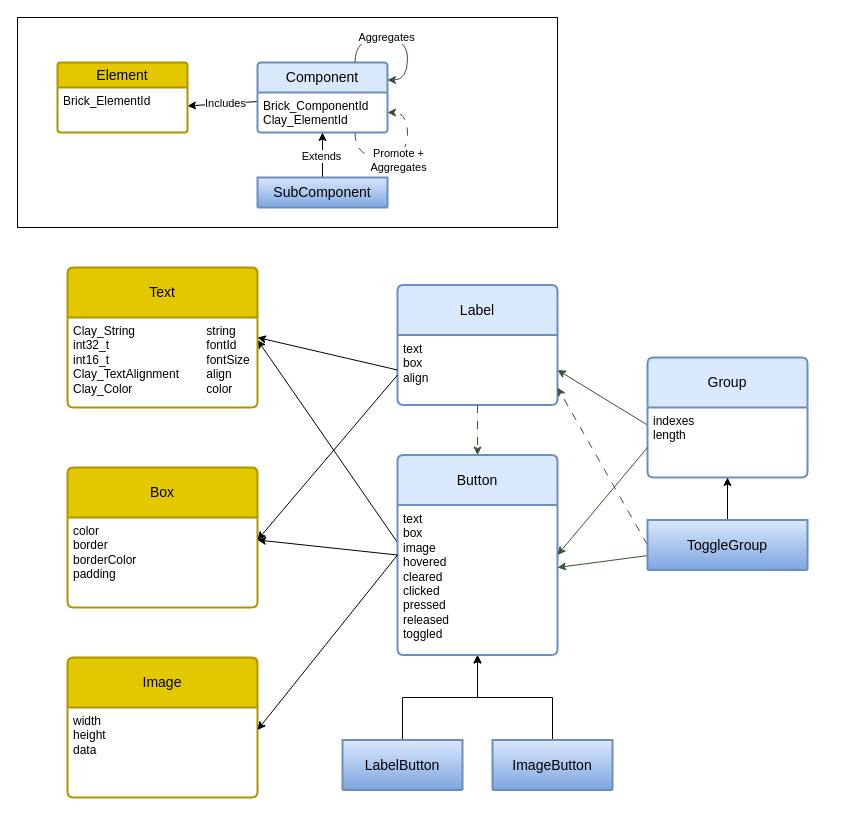
Before: docs/brick_component_diagram.drawio in proc0/brick, a draw.io diagram. Source tidied: cells renumbered, new cells numbered last; positions are measured from the earlier drawing's top-left corner, leaving out a move shared by most shapes. Both pictures are drawn from the tidied source at 100%, with x=0, y=0 at pixel (17, 17).
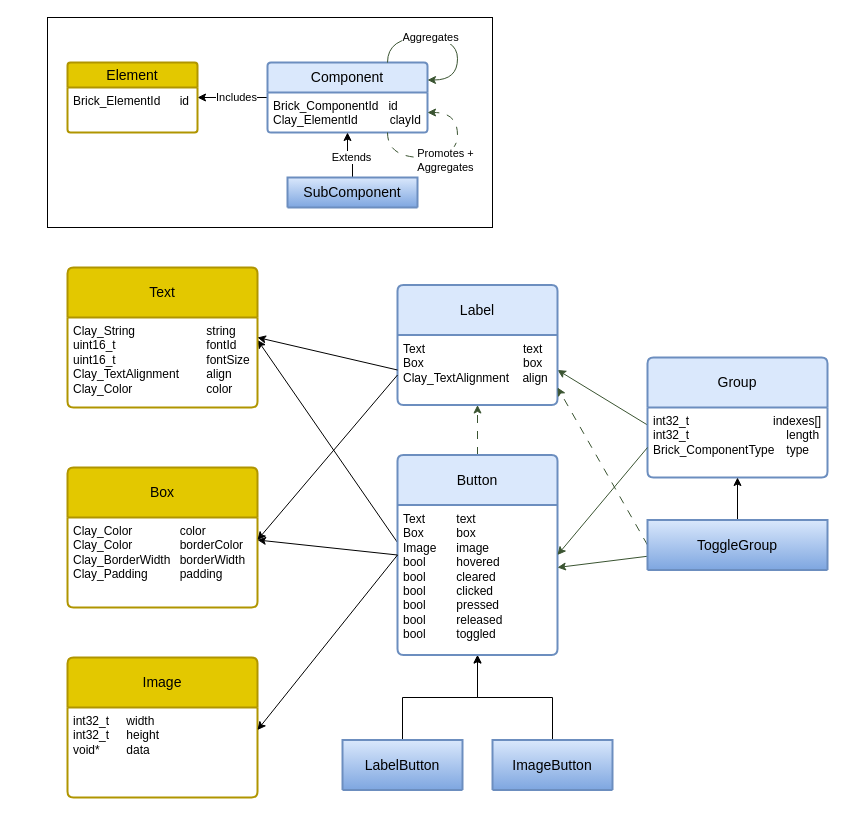
Above is the later version.

Commit message (it also covers changes not shown here):
adding Label Component vertical, type, array type, static global, g_brick_components entry, Create and Layout functions

The change refers to these unchanged cells:
```xml
<mxCell id="13" value="Label" style="swimlane;horizontal=1;startSize=50;rounded=1;fontSize=14;fontStyle=0;strokeWidth=2;shadow=0;dashed=0;align=center;arcSize=4;whiteSpace=wrap;html=1;fillColor=#dae8fc;strokeColor=#6c8ebf;" parent="1" vertex="1">
  <mxGeometry x="380" y="267.5" width="160" height="120" as="geometry" />
</mxCell>
<mxCell id="16" value="Button" style="swimlane;horizontal=1;startSize=50;rounded=1;fontSize=14;fontStyle=0;strokeWidth=2;shadow=0;dashed=0;align=center;arcSize=4;whiteSpace=wrap;html=1;fillColor=#dae8fc;strokeColor=#6c8ebf;" parent="1" vertex="1">
  <mxGeometry x="380" y="437.5" width="160" height="200" as="geometry" />
</mxCell>
<mxCell id="18" value="Text" style="swimlane;horizontal=1;startSize=50;rounded=1;fontSize=14;fontStyle=0;strokeWidth=2;shadow=0;dashed=0;align=center;arcSize=4;whiteSpace=wrap;html=1;fillColor=#e3c800;fontColor=#000000;strokeColor=#B09500;" parent="1" vertex="1">
  <mxGeometry x="50" y="250" width="190" height="140" as="geometry" />
</mxCell>
<mxCell id="20" value="Box" style="swimlane;horizontal=1;startSize=50;rounded=1;fontSize=14;fontStyle=0;strokeWidth=2;shadow=0;dashed=0;align=center;arcSize=4;whiteSpace=wrap;html=1;fillColor=#e3c800;fontColor=#000000;strokeColor=#B09500;" parent="1" vertex="1">
  <mxGeometry x="50" y="450" width="190" height="140" as="geometry" />
</mxCell>
<mxCell id="22" value="Image" style="swimlane;horizontal=1;startSize=50;rounded=1;fontSize=14;fontStyle=0;strokeWidth=2;shadow=0;dashed=0;align=center;arcSize=4;whiteSpace=wrap;html=1;fillColor=#e3c800;fontColor=#000000;strokeColor=#B09500;" parent="1" vertex="1">
  <mxGeometry x="50" y="640" width="190" height="140" as="geometry" />
</mxCell>
```

Change to the diagram source:
```diff
@@
     <mxCell id="2" style="rounded=0;whiteSpace=wrap;html=1;" parent="1" vertex="1">
-      <mxGeometry width="540" height="210" as="geometry" />
+      <mxGeometry x="30" width="445" height="210" as="geometry" />
     </mxCell>
-    <mxCell id="3" style="rounded=0;jettySize=auto;html=1;" parent="1" edge="1" source="5" target="25">
+    <mxCell id="3" style="rounded=0;jettySize=auto;html=1;entryX=1;entryY=0.5;entryDx=0;entryDy=0;" parent="1" edge="1" source="5" target="24">
       <mxGeometry relative="1" as="geometry" />
     </mxCell>
@@
     <mxCell id="5" value="Component" style="swimlane;horizontal=1;startSize=30;rounded=1;fontSize=14;fontStyle=0;strokeWidth=2;shadow=0;dashed=0;align=center;arcSize=4;whiteSpace=wrap;html=1;fillColor=#dae8fc;strokeColor=#6c8ebf;" parent="1" vertex="1">
-      <mxGeometry x="240" y="45" width="130" height="70" as="geometry" />
+      <mxGeometry x="250" y="45" width="160" height="70" as="geometry" />
     </mxCell>
-    <mxCell id="6" value="Brick_ComponentId&lt;div&gt;Clay_ElementId&lt;/div&gt;" style="align=left;strokeColor=none;fillColor=none;spacingLeft=4;spacingRight=4;fontSize=12;verticalAlign=top;html=1;whiteSpace=wrap;" parent="5" vertex="1">
-      <mxGeometry y="30" width="130" height="40" as="geometry" />
+    <mxCell id="6" value="Brick_ComponentId&amp;nbsp; &amp;nbsp;id&lt;div&gt;Clay_ElementId &lt;span style=&quot;white-space: pre;&quot;&gt;&#9;&amp;nbsp;&lt;/span&gt;&amp;nbsp; clayId&lt;/div&gt;" style="align=left;strokeColor=none;fillColor=none;spacingLeft=4;spacingRight=4;fontSize=12;verticalAlign=top;html=1;whiteSpace=wrap;" parent="5" vertex="1">
+      <mxGeometry y="30" width="160" height="40" as="geometry" />
     </mxCell>
     <mxCell id="7" style="edgeStyle=orthogonalEdgeStyle;rounded=0;orthogonalLoop=1;jettySize=auto;html=1;entryX=1;entryY=0.5;entryDx=0;entryDy=0;curved=1;exitX=0.75;exitY=1;exitDx=0;exitDy=0;dashed=1;dashPattern=8 8;fillColor=#6d8764;strokeColor=#3A5431;innerLoopWaypoints=1;" parent="5" edge="1" source="6" target="6">
       <mxGeometry relative="1" as="geometry">
         <Array as="points">
-          <mxPoint x="97.5" y="95" />
-          <mxPoint x="150" y="95" />
-          <mxPoint x="150" y="50" />
+          <mxPoint x="120" y="95" />
+          <mxPoint x="190" y="95" />
+          <mxPoint x="190" y="50" />
         </Array>
       </mxGeometry>
     </mxCell>
-    <mxCell id="8" value="&lt;span style=&quot;color: light-dark(rgb(0, 0, 0), rgb(157, 179, 149));&quot;&gt;Promote +&lt;br&gt;Aggregates&lt;/span&gt;" style="edgeLabel;html=1;align=center;verticalAlign=middle;" parent="7" vertex="1">
+    <mxCell id="8" value="&lt;span style=&quot;color: light-dark(rgb(0, 0, 0), rgb(157, 179, 149));&quot;&gt;Promotes +&lt;br&gt;Aggregates&lt;/span&gt;" style="edgeLabel;html=1;align=center;verticalAlign=middle;" parent="7" vertex="1">
       <mxGeometry x="-0.04" y="-2" relative="1" as="geometry" />
     </mxCell>
@@
     <mxCell id="10" value="Group" style="swimlane;horizontal=1;startSize=50;rounded=1;fontSize=14;fontStyle=0;strokeWidth=2;shadow=0;dashed=0;align=center;arcSize=4;whiteSpace=wrap;html=1;fillColor=#dae8fc;strokeColor=#6c8ebf;" parent="1" vertex="1">
-      <mxGeometry x="630" y="340" width="160" height="120" as="geometry" />
+      <mxGeometry x="630" y="340" width="180" height="120" as="geometry" />
     </mxCell>
-    <mxCell id="11" value="indexes&lt;div&gt;length&lt;/div&gt;" style="align=left;strokeColor=none;fillColor=none;spacingLeft=4;spacingRight=4;fontSize=12;verticalAlign=top;html=1;whiteSpace=wrap;" parent="10" vertex="1">
-      <mxGeometry y="50" width="160" height="70" as="geometry" />
+    <mxCell id="11" value="int32_t &lt;span style=&quot;white-space: pre;&quot;&gt;&#9;&lt;span style=&quot;white-space: pre;&quot;&gt;&#9;&lt;/span&gt;&lt;span style=&quot;white-space: pre;&quot;&gt;&#9;&lt;/span&gt; &lt;/span&gt;&amp;nbsp; &amp;nbsp;indexes[]&lt;div&gt;int32_t &lt;span style=&quot;white-space: pre;&quot;&gt;&#9;&lt;span style=&quot;white-space: pre;&quot;&gt;&#9;&lt;/span&gt;&lt;span style=&quot;white-space: pre;&quot;&gt;&#9;&lt;/span&gt;&lt;span style=&quot;white-space: pre;&quot;&gt;&#9;&lt;/span&gt;&lt;/span&gt;length&lt;/div&gt;&lt;div&gt;Brick_ComponentType &lt;span style=&quot;white-space: pre;&quot;&gt;&#9;&lt;/span&gt;type&lt;/div&gt;" style="align=left;strokeColor=none;fillColor=none;spacingLeft=4;spacingRight=4;fontSize=12;verticalAlign=top;html=1;whiteSpace=wrap;" parent="10" vertex="1">
+      <mxGeometry y="50" width="180" height="70" as="geometry" />
     </mxCell>
-    <mxCell id="12" style="rounded=0;jettySize=auto;html=1;dashed=1;dashPattern=8 8;fillColor=#6d8764;strokeColor=#3A5431;" parent="1" edge="1" source="13" target="17">
-      <mxGeometry relative="1" as="geometry" />
-    </mxCell>
@@
-    <mxCell id="14" value="text&lt;br&gt;box&lt;br&gt;align" style="align=left;strokeColor=none;fillColor=none;spacingLeft=4;spacingRight=4;fontSize=12;verticalAlign=top;html=1;whiteSpace=wrap;" parent="13" vertex="1">
+    <mxCell id="14" value="Text &lt;span style=&quot;white-space: pre;&quot;&gt;&#9;&lt;/span&gt;&lt;span style=&quot;white-space: pre;&quot;&gt;&#9;&lt;/span&gt;&lt;span style=&quot;white-space: pre;&quot;&gt;&#9;&lt;/span&gt;&amp;nbsp; &amp;nbsp; text&lt;br&gt;Box &lt;span style=&quot;white-space: pre;&quot;&gt;&#9;&lt;/span&gt;&lt;span style=&quot;white-space: pre;&quot;&gt;&#9;&lt;/span&gt;&lt;span style=&quot;white-space: pre;&quot;&gt;&#9;&lt;/span&gt;&lt;span style=&quot;white-space: pre;&quot;&gt;&#9;&lt;/span&gt;&amp;nbsp; &amp;nbsp; box&lt;br&gt;Clay_TextAlignment&amp;nbsp; &amp;nbsp; align" style="align=left;strokeColor=none;fillColor=none;spacingLeft=4;spacingRight=4;fontSize=12;verticalAlign=top;html=1;whiteSpace=wrap;" parent="13" vertex="1">
       <mxGeometry y="50" width="160" height="70" as="geometry" />
     </mxCell>
@@
+    <mxCell id="46" style="edgeStyle=orthogonalEdgeStyle;rounded=0;jettySize=auto;html=1;fillColor=#6d8764;strokeColor=#3A5431;dashed=1;dashPattern=8 8;" parent="1" edge="1" source="16" target="14">
+      <mxGeometry relative="1" as="geometry" />
+    </mxCell>
@@
-    <mxCell id="17" value="&lt;div&gt;&lt;span style=&quot;background-color: transparent; color: light-dark(rgb(0, 0, 0), rgb(255, 255, 255));&quot;&gt;text&lt;br&gt;box&lt;br&gt;image&lt;br&gt;hovered&lt;/span&gt;&lt;/div&gt;&lt;div&gt;cleared&lt;/div&gt;&lt;div&gt;clicked&lt;/div&gt;&lt;div&gt;pressed&lt;/div&gt;&lt;div&gt;released&lt;/div&gt;&lt;div&gt;toggled&lt;/div&gt;" style="align=left;strokeColor=none;fillColor=none;spacingLeft=4;spacingRight=4;fontSize=12;verticalAlign=top;html=1;whiteSpace=wrap;" parent="16" vertex="1">
+    <mxCell id="17" value="&lt;div&gt;&lt;span style=&quot;background-color: transparent; color: light-dark(rgb(0, 0, 0), rgb(255, 255, 255));&quot;&gt;Text &lt;span style=&quot;white-space: pre;&quot;&gt;&#9;&lt;/span&gt;text&lt;br&gt;Box&lt;span style=&quot;white-space: pre;&quot;&gt;&#9;&lt;/span&gt;&lt;span style=&quot;white-space: pre;&quot;&gt;&#9;&lt;/span&gt;box&lt;br&gt;Image&lt;span style=&quot;white-space: pre;&quot;&gt;&#9;&lt;/span&gt;image&lt;br&gt;bool &lt;span style=&quot;white-space: pre;&quot;&gt;&#9;&lt;/span&gt;hovered&lt;/span&gt;&lt;/div&gt;&lt;div&gt;bool &lt;span style=&quot;white-space: pre;&quot;&gt;&#9;&lt;/span&gt;cleared&lt;/div&gt;&lt;div&gt;bool &lt;span style=&quot;white-space: pre;&quot;&gt;&#9;&lt;/span&gt;clicked&lt;/div&gt;&lt;div&gt;bool &lt;span style=&quot;white-space: pre;&quot;&gt;&#9;&lt;/span&gt;pressed&lt;/div&gt;&lt;div&gt;bool &lt;span style=&quot;white-space: pre;&quot;&gt;&#9;&lt;/span&gt;released&lt;/div&gt;&lt;div&gt;bool &lt;span style=&quot;white-space: pre;&quot;&gt;&#9;&lt;/span&gt;toggled&lt;/div&gt;" style="align=left;strokeColor=none;fillColor=none;spacingLeft=4;spacingRight=4;fontSize=12;verticalAlign=top;html=1;whiteSpace=wrap;" parent="16" vertex="1">
       <mxGeometry y="50" width="160" height="150" as="geometry" />
     </mxCell>
@@
-    <mxCell id="19" value="&lt;div&gt;Clay_String &lt;span style=&quot;white-space: pre;&quot;&gt;&#9;&lt;/span&gt;&lt;span style=&quot;white-space: pre;&quot;&gt;&#9;&lt;span style=&quot;white-space: pre;&quot;&gt;&#9;&lt;/span&gt;&lt;/span&gt;string&lt;/div&gt;int32_t &lt;span style=&quot;white-space: pre;&quot;&gt;&#9;&lt;/span&gt;&lt;span style=&quot;white-space: pre;&quot;&gt;&#9;&lt;/span&gt;&lt;span style=&quot;white-space: pre;&quot;&gt;&#9;&lt;span style=&quot;white-space: pre;&quot;&gt;&#9;&lt;/span&gt;&lt;/span&gt;fontId&amp;nbsp;&lt;br&gt;&lt;div&gt;int16_t &lt;span style=&quot;white-space: pre;&quot;&gt;&#9;&lt;/span&gt;&lt;span style=&quot;white-space: pre;&quot;&gt;&#9;&lt;/span&gt;&lt;span style=&quot;white-space: pre;&quot;&gt;&#9;&lt;span style=&quot;white-space: pre;&quot;&gt;&#9;&lt;/span&gt;&lt;/span&gt;fontSize&lt;/div&gt;&lt;div&gt;Clay_TextAlignment &lt;span style=&quot;white-space: pre;&quot;&gt;&#9;&lt;/span&gt;align&lt;br&gt;Clay_Color &lt;span style=&quot;white-space: pre;&quot;&gt;&#9;&lt;/span&gt;&lt;span style=&quot;white-space: pre;&quot;&gt;&#9;&lt;/span&gt;&amp;nbsp;&lt;span style=&quot;white-space: pre;&quot;&gt;&#9;&lt;/span&gt;color&lt;/div&gt;" style="align=left;strokeColor=none;fillColor=none;spacingLeft=4;spacingRight=4;fontSize=12;verticalAlign=top;html=1;whiteSpace=wrap;" parent="18" vertex="1">
+    <mxCell id="19" value="&lt;div&gt;Clay_String &lt;span style=&quot;white-space: pre;&quot;&gt;&#9;&lt;/span&gt;&lt;span style=&quot;white-space: pre;&quot;&gt;&#9;&lt;span style=&quot;white-space: pre;&quot;&gt;&#9;&lt;/span&gt;&lt;/span&gt;string&lt;/div&gt;uint16_t &lt;span style=&quot;white-space: pre;&quot;&gt;&#9;&lt;/span&gt;&lt;span style=&quot;white-space: pre;&quot;&gt;&#9;&lt;/span&gt;&lt;span style=&quot;white-space: pre;&quot;&gt;&#9;&lt;span style=&quot;white-space: pre;&quot;&gt;&#9;&lt;/span&gt;&lt;/span&gt;fontId&amp;nbsp;&lt;br&gt;&lt;div&gt;uint16_t &lt;span style=&quot;white-space: pre;&quot;&gt;&#9;&lt;/span&gt;&lt;span style=&quot;white-space: pre;&quot;&gt;&#9;&lt;/span&gt;&lt;span style=&quot;white-space: pre;&quot;&gt;&#9;&lt;span style=&quot;white-space: pre;&quot;&gt;&#9;&lt;/span&gt;&lt;/span&gt;fontSize&lt;/div&gt;&lt;div&gt;Clay_TextAlignment &lt;span style=&quot;white-space: pre;&quot;&gt;&#9;&lt;/span&gt;align&lt;br&gt;Clay_Color &lt;span style=&quot;white-space: pre;&quot;&gt;&#9;&lt;/span&gt;&lt;span style=&quot;white-space: pre;&quot;&gt;&#9;&lt;/span&gt;&amp;nbsp;&lt;span style=&quot;white-space: pre;&quot;&gt;&#9;&lt;/span&gt;color&lt;/div&gt;" style="align=left;strokeColor=none;fillColor=none;spacingLeft=4;spacingRight=4;fontSize=12;verticalAlign=top;html=1;whiteSpace=wrap;" parent="18" vertex="1">
       <mxGeometry y="50" width="190" height="90" as="geometry" />
     </mxCell>
@@
-    <mxCell id="21" value="color&lt;div&gt;border&lt;/div&gt;&lt;div&gt;borderColor&lt;br&gt;&lt;div&gt;padding&lt;/div&gt;&lt;/div&gt;" style="align=left;strokeColor=none;fillColor=none;spacingLeft=4;spacingRight=4;fontSize=12;verticalAlign=top;html=1;whiteSpace=wrap;" parent="20" vertex="1">
+    <mxCell id="21" value="&lt;div&gt;Clay_Color &lt;span style=&quot;white-space: pre;&quot;&gt;&#9;&lt;/span&gt;&lt;span style=&quot;white-space: pre;&quot;&gt;&#9;&lt;/span&gt;color&lt;/div&gt;&lt;div&gt;Clay_Color &lt;span style=&quot;white-space: pre;&quot;&gt;&#9;&lt;/span&gt;&lt;span style=&quot;white-space: pre;&quot;&gt;&#9;&lt;/span&gt;borderColor&lt;/div&gt;&lt;div&gt;Clay_BorderWidth &lt;span style=&quot;white-space: pre;&quot;&gt;&#9;&lt;/span&gt;borderWidth&lt;/div&gt;&lt;div&gt;&lt;span style=&quot;background-color: transparent; color: light-dark(rgb(0, 0, 0), rgb(255, 255, 255));&quot;&gt;Clay_Padding &lt;span style=&quot;white-space: pre;&quot;&gt;&#9;&lt;/span&gt;&lt;span style=&quot;white-space: pre;&quot;&gt;&#9;&lt;/span&gt;padding&lt;/span&gt;&lt;/div&gt;" style="align=left;strokeColor=none;fillColor=none;spacingLeft=4;spacingRight=4;fontSize=12;verticalAlign=top;html=1;whiteSpace=wrap;" parent="20" vertex="1">
       <mxGeometry y="50" width="190" height="90" as="geometry" />
     </mxCell>
@@
-    <mxCell id="23" value="width&lt;br&gt;height&lt;br&gt;data" style="align=left;strokeColor=none;fillColor=none;spacingLeft=4;spacingRight=4;fontSize=12;verticalAlign=top;html=1;whiteSpace=wrap;" parent="22" vertex="1">
+    <mxCell id="23" value="int32_t &lt;span style=&quot;white-space: pre;&quot;&gt;&#9;&lt;/span&gt;width&lt;br&gt;int32_t &lt;span style=&quot;white-space: pre;&quot;&gt;&#9;&lt;/span&gt;height&lt;br&gt;void* &lt;span style=&quot;white-space: pre;&quot;&gt;&#9;&lt;/span&gt;data" style="align=left;strokeColor=none;fillColor=none;spacingLeft=4;spacingRight=4;fontSize=12;verticalAlign=top;html=1;whiteSpace=wrap;" parent="22" vertex="1">
       <mxGeometry y="50" width="190" height="90" as="geometry" />
     </mxCell>
     <mxCell id="24" value="Element" style="swimlane;horizontal=1;startSize=25;rounded=1;fontSize=14;fontStyle=0;strokeWidth=2;shadow=0;dashed=0;align=center;arcSize=4;whiteSpace=wrap;html=1;fillColor=#e3c800;strokeColor=#B09500;fontColor=#000000;" parent="1" vertex="1">
-      <mxGeometry x="40" y="45" width="130" height="70" as="geometry" />
+      <mxGeometry x="50" y="45" width="130" height="70" as="geometry" />
     </mxCell>
-    <mxCell id="25" value="Brick_ElementId&lt;div&gt;&lt;br/&gt;&lt;/div&gt;" style="align=left;strokeColor=none;fillColor=none;spacingLeft=4;spacingRight=4;fontSize=12;verticalAlign=top;html=1;whiteSpace=wrap;" parent="24" vertex="1">
+    <mxCell id="25" value="Brick_ElementId&amp;nbsp;&lt;span style=&quot;white-space: pre;&quot;&gt;&#9;&lt;/span&gt;id&lt;div&gt;&lt;br&gt;&lt;/div&gt;" style="align=left;strokeColor=none;fillColor=none;spacingLeft=4;spacingRight=4;fontSize=12;verticalAlign=top;html=1;whiteSpace=wrap;" parent="24" vertex="1">
       <mxGeometry y="25" width="130" height="45" as="geometry" />
     </mxCell>
@@
     <mxCell id="37" value="SubComponent" style="swimlane;horizontal=1;startSize=50;rounded=1;fontSize=14;fontStyle=0;strokeWidth=2;shadow=0;dashed=0;align=center;arcSize=4;whiteSpace=wrap;html=1;fillColor=#dae8fc;strokeColor=#6c8ebf;gradientColor=#7ea6e0;" parent="1" vertex="1">
-      <mxGeometry x="240" y="160" width="130" height="30" as="geometry" />
+      <mxGeometry x="270" y="160" width="130" height="30" as="geometry" />
     </mxCell>
@@
     <mxCell id="41" value="ToggleGroup" style="swimlane;horizontal=1;startSize=50;rounded=1;fontSize=14;fontStyle=0;strokeWidth=2;shadow=0;dashed=0;align=center;arcSize=4;whiteSpace=wrap;html=1;fillColor=#dae8fc;strokeColor=#6c8ebf;gradientColor=#7ea6e0;" parent="1" vertex="1">
-      <mxGeometry x="630" y="502.5" width="160" height="50" as="geometry" />
+      <mxGeometry x="630" y="502.5" width="180" height="50" as="geometry" />
     </mxCell>
-    <mxCell id="42" style="edgeStyle=orthogonalEdgeStyle;rounded=0;jettySize=auto;html=1;entryX=0.5;entryY=0;entryDx=0;entryDy=0;dashed=1;dashPattern=8 8;fillColor=#6d8764;strokeColor=#3A5431;" parent="1" edge="1" source="14" target="16">
-      <mxGeometry relative="1" as="geometry" />
-    </mxCell>
     <mxCell id="43" style="edgeStyle=orthogonalEdgeStyle;rounded=0;orthogonalLoop=1;jettySize=auto;html=1;entryX=1;entryY=0.25;entryDx=0;entryDy=0;exitX=0.75;exitY=0;exitDx=0;exitDy=0;curved=1;fillColor=#6d8764;strokeColor=#3A5431;innerLoopWaypoints=1;" parent="1" edge="1" source="5" target="5">
       <mxGeometry relative="1" as="geometry">
         <Array as="points">
-          <mxPoint x="337.5" y="20" />
-          <mxPoint x="390" y="20" />
-          <mxPoint x="390" y="62.5" />
+          <mxPoint x="370" y="20" />
+          <mxPoint x="440" y="20" />
+          <mxPoint x="440" y="62.5" />
         </Array>
       </mxGeometry>
     </mxCell>
```
